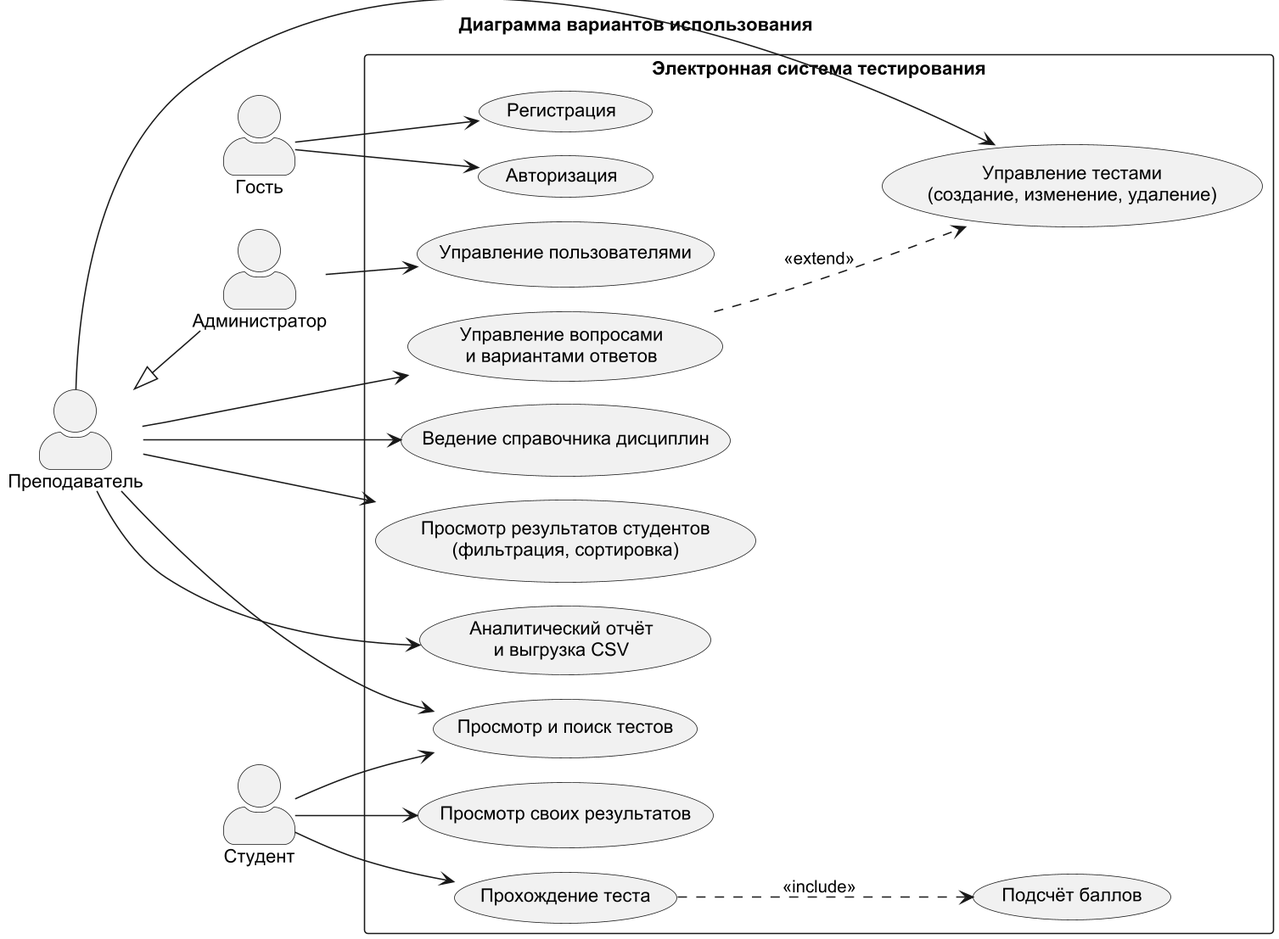
This is docs/diagrams/use_case.png from ChibryakovT/student-testing-system, a PlantUML export, as it was before one commit.
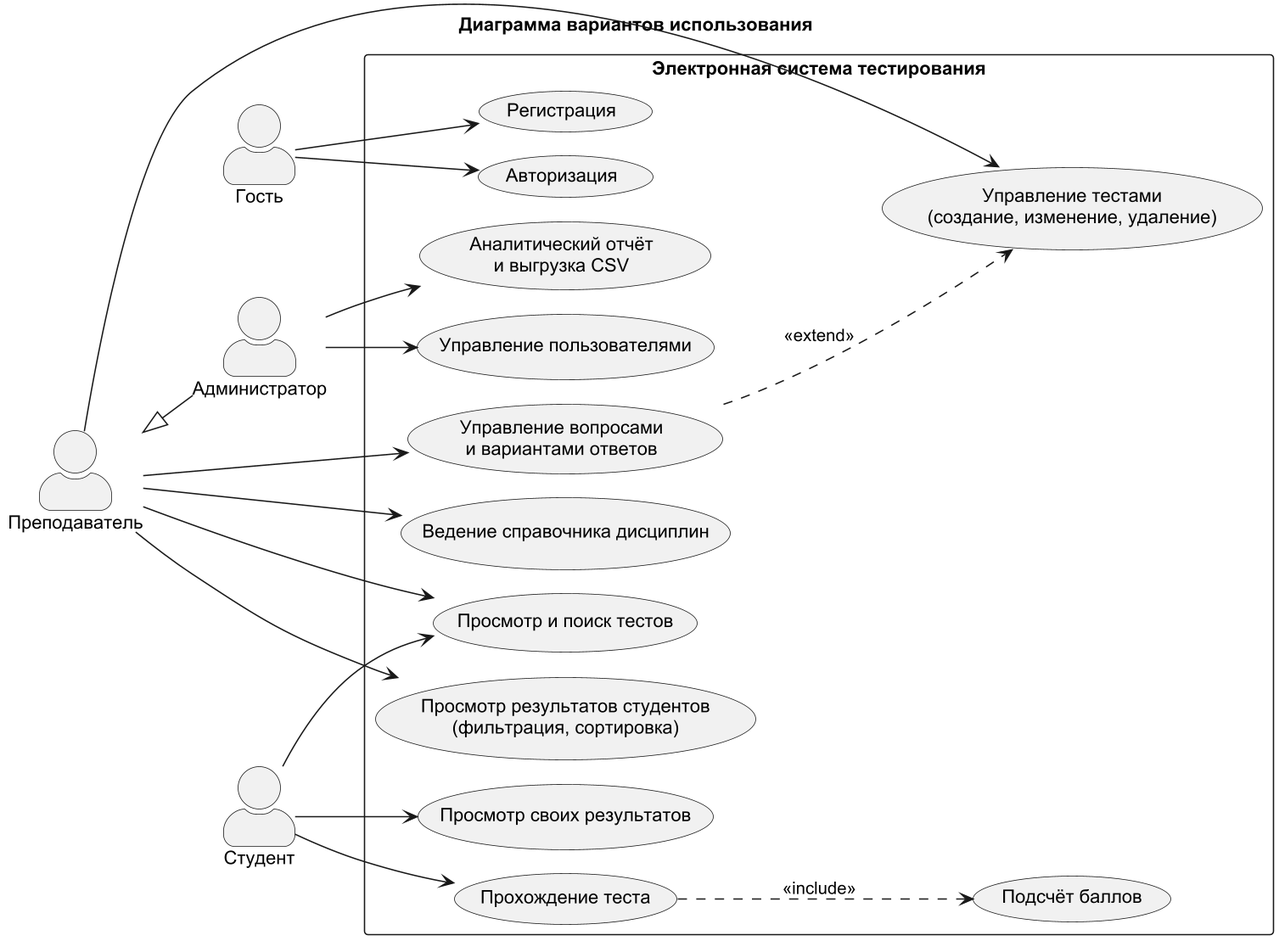
The same diagram one commit later.

Change to the diagram source:
```diff
@@ -36,7 +36,7 @@
 T --> UC7
 T --> UC8
 T --> UC9
-T --> UC10
+A --> UC10
 A --> UC11
 UC4 ..> UC12 : <<include>>
 UC7 ..> UC6 : <<extend>>
```
